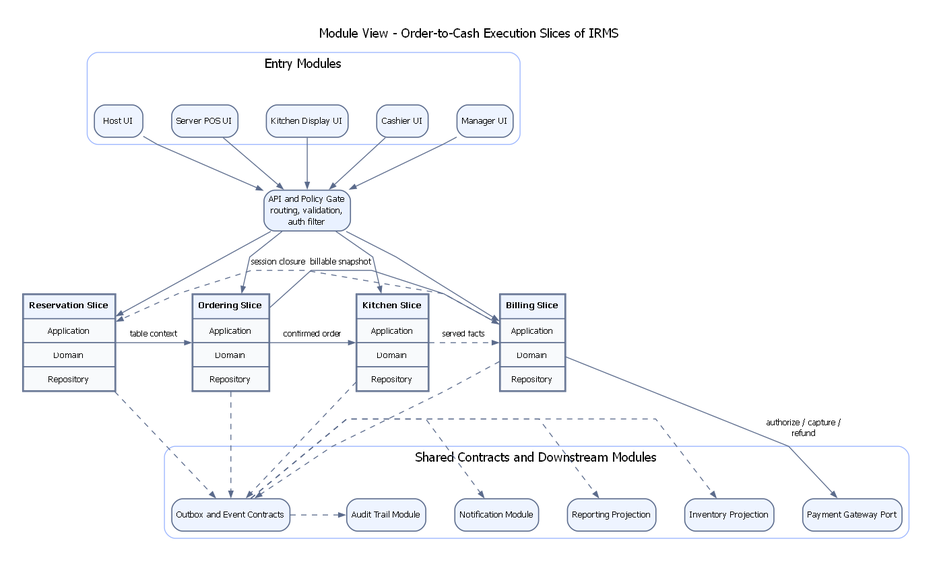
The Graphviz diagram assets/diagrams/rendered/architecture/35_module_view_order_to_cash_slices.png in lehoangluan1/SA_IRMS, before a commit. Its source is kept beside it as assets/diagrams/source/architecture/35_module_view_order_to_cash_slices.dot. Its diagram source:
```dot
digraph G {
  graph [
    rankdir=TB,
    newrank=true,
    bgcolor="white",
    splines=polyline,
    nodesep=0.45,
    ranksep=0.8,
    pad=0.35,
    fontname="DejaVu Sans",
    labelloc="t",
    label="Module View - Order-to-Cash Execution Slices of IRMS"
  ];

  node [
    shape=box,
    style="rounded,filled",
    fontname="DejaVu Sans",
    fontsize=10,
    color="#5B6B8C",
    penwidth=1.2,
    fillcolor="#F8FAFC",
    margin="0.08,0.05"
  ];

  edge [
    fontname="DejaVu Sans",
    fontsize=9,
    color="#5B6B8C",
    arrowsize=0.7
  ];

  subgraph cluster_entry {
    label="Entry Modules";
    color="#9BB5FF";
    style="rounded";
    hostui [label="Host UI", fillcolor="#EEF4FF"];
    posui [label="Server POS UI", fillcolor="#EEF4FF"];
    kdsui [label="Kitchen Display UI", fillcolor="#EEF4FF"];
    cashierui [label="Cashier UI", fillcolor="#EEF4FF"];
    managerui [label="Manager UI", fillcolor="#EEF4FF"];
  }

  gateway [label="API and Policy Gate\nrouting, validation,\nauth filter", fillcolor="#E9F1FF"];

  r_slice [shape=plain label=<
    <TABLE BORDER="1" CELLBORDER="1" CELLSPACING="0" CELLPADDING="6" COLOR="#5B6B8C">
      <TR><TD BGCOLOR="#EEF4FF"><B>Reservation Slice</B></TD></TR>
      <TR><TD>Application</TD></TR>
      <TR><TD>Domain</TD></TR>
      <TR><TD>Repository</TD></TR>
    </TABLE>
  >];

  o_slice [shape=plain label=<
    <TABLE BORDER="1" CELLBORDER="1" CELLSPACING="0" CELLPADDING="6" COLOR="#5B6B8C">
      <TR><TD BGCOLOR="#EEF4FF"><B>Ordering Slice</B></TD></TR>
      <TR><TD>Application</TD></TR>
      <TR><TD>Domain</TD></TR>
      <TR><TD>Repository</TD></TR>
    </TABLE>
  >];

  k_slice [shape=plain label=<
    <TABLE BORDER="1" CELLBORDER="1" CELLSPACING="0" CELLPADDING="6" COLOR="#5B6B8C">
      <TR><TD BGCOLOR="#EEF4FF"><B>Kitchen Slice</B></TD></TR>
      <TR><TD>Application</TD></TR>
      <TR><TD>Domain</TD></TR>
      <TR><TD>Repository</TD></TR>
    </TABLE>
  >];

  b_slice [shape=plain label=<
    <TABLE BORDER="1" CELLBORDER="1" CELLSPACING="0" CELLPADDING="6" COLOR="#5B6B8C">
      <TR><TD BGCOLOR="#EEF4FF"><B>Billing Slice</B></TD></TR>
      <TR><TD>Application</TD></TR>
      <TR><TD>Domain</TD></TR>
      <TR><TD>Repository</TD></TR>
    </TABLE>
  >];

  subgraph cluster_shared {
    label="Shared Contracts and Downstream Modules";
    color="#9BB5FF";
    style="rounded";
    outbox [label="Outbox and Event Contracts", fillcolor="#EEF4FF"];
    inventory [label="Inventory Projection", fillcolor="#EEF4FF"];
    reporting [label="Reporting Projection", fillcolor="#EEF4FF"];
    notification [label="Notification Module", fillcolor="#EEF4FF"];
    payment [label="Payment Gateway Port", fillcolor="#EEF4FF"];
    audit [label="Audit Trail Module", fillcolor="#EEF4FF"];
  }

  { rank=same; hostui; posui; kdsui; cashierui; managerui; }
  { rank=same; r_slice; o_slice; k_slice; b_slice; }
  { rank=same; outbox; inventory; reporting; notification; payment; audit; }

  hostui -> gateway;
  posui -> gateway;
  kdsui -> gateway;
  cashierui -> gateway;
  managerui -> gateway;

  gateway -> r_slice;
  gateway -> o_slice;
  gateway -> k_slice;
  gateway -> b_slice;

  r_slice -> o_slice [label="table context"];
  o_slice -> k_slice [label="confirmed order"];
  o_slice -> b_slice [label="billable snapshot"];
  k_slice -> b_slice [style=dashed, label="served facts"];
  b_slice -> r_slice [style=dashed, label="session closure"];

  r_slice -> outbox [style=dashed];
  o_slice -> outbox [style=dashed];
  k_slice -> outbox [style=dashed];
  b_slice -> outbox [style=dashed];

  outbox -> inventory [style=dashed];
  outbox -> reporting [style=dashed];
  outbox -> notification [style=dashed];
  outbox -> audit [style=dashed];

  b_slice -> payment [label="authorize / capture /\nrefund"];
}
```
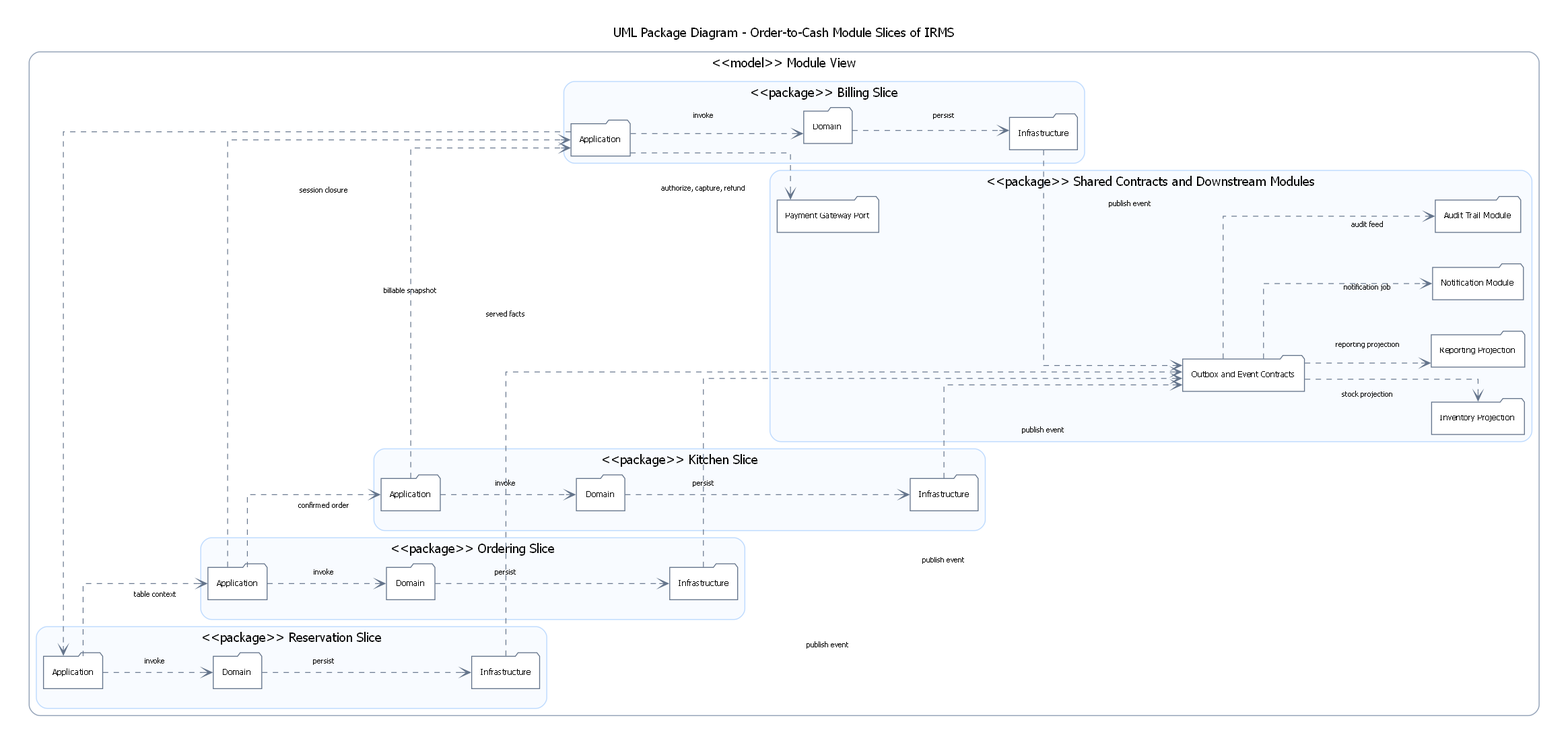
The same diagram one commit later.

The edit, as a diff of the source:
```diff
@@ -1,126 +1,104 @@
 digraph G {
   graph [
-    rankdir=TB,
+    rankdir=LR,
     newrank=true,
+    compound=true,
     bgcolor="white",
-    splines=polyline,
-    nodesep=0.45,
-    ranksep=0.8,
-    pad=0.35,
+    pad=0.34,
+    nodesep=0.54,
+    ranksep=0.96,
+    splines=ortho,
     fontname="DejaVu Sans",
     labelloc="t",
-    label="Module View - Order-to-Cash Execution Slices of IRMS"
+    label="UML Package Diagram - Order-to-Cash Module Slices of IRMS"
   ];
 
-  node [
-    shape=box,
-    style="rounded,filled",
-    fontname="DejaVu Sans",
-    fontsize=10,
-    color="#5B6B8C",
-    penwidth=1.2,
-    fillcolor="#F8FAFC",
-    margin="0.08,0.05"
-  ];
+  node [shape=folder, style="filled", fillcolor="#FFFFFF", color="#64748B", penwidth=1.0, fontname="DejaVu Sans", fontsize=9.3, margin="0.14,0.08"];
+  edge [style=dashed, arrowhead=vee, color="#64748B", penwidth=0.9, fontname="DejaVu Sans", fontsize=8.0];
 
-  edge [
-    fontname="DejaVu Sans",
-    fontsize=9,
-    color="#5B6B8C",
-    arrowsize=0.7
-  ];
+  subgraph cluster_model {
+    label="<<model>> Module View";
+    color="#94A3B8";
+    penwidth=1.1;
+    style="rounded";
 
-  subgraph cluster_entry {
-    label="Entry Modules";
-    color="#9BB5FF";
-    style="rounded";
-    hostui [label="Host UI", fillcolor="#EEF4FF"];
-    posui [label="Server POS UI", fillcolor="#EEF4FF"];
-    kdsui [label="Kitchen Display UI", fillcolor="#EEF4FF"];
-    cashierui [label="Cashier UI", fillcolor="#EEF4FF"];
-    managerui [label="Manager UI", fillcolor="#EEF4FF"];
+    subgraph cluster_reservation {
+      label="<<package>> Reservation Slice";
+      color="#BFDBFE";
+      style="rounded,filled";
+      fillcolor="#F8FBFF";
+      r_app [label="Application"];
+      r_domain [label="Domain"];
+      r_infra [label="Infrastructure"];
+    }
+
+    subgraph cluster_ordering {
+      label="<<package>> Ordering Slice";
+      color="#BFDBFE";
+      style="rounded,filled";
+      fillcolor="#F8FBFF";
+      o_app [label="Application"];
+      o_domain [label="Domain"];
+      o_infra [label="Infrastructure"];
+    }
+
+    subgraph cluster_kitchen {
+      label="<<package>> Kitchen Slice";
+      color="#BFDBFE";
+      style="rounded,filled";
+      fillcolor="#F8FBFF";
+      k_app [label="Application"];
+      k_domain [label="Domain"];
+      k_infra [label="Infrastructure"];
+    }
+
+    subgraph cluster_billing {
+      label="<<package>> Billing Slice";
+      color="#BFDBFE";
+      style="rounded,filled";
+      fillcolor="#F8FBFF";
+      b_app [label="Application"];
+      b_domain [label="Domain"];
+      b_infra [label="Infrastructure"];
+    }
+
+    subgraph cluster_shared {
+      label="<<package>> Shared Contracts and Downstream Modules";
+      color="#BFDBFE";
+      style="rounded,filled";
+      fillcolor="#F8FBFF";
+      outbox [label="Outbox and Event Contracts"];
+      inventory [label="Inventory Projection"];
+      reporting [label="Reporting Projection"];
+      notification [label="Notification Module"];
+      payment [label="Payment Gateway Port"];
+      audit [label="Audit Trail Module"];
+    }
   }
 
-  gateway [label="API and Policy Gate\nrouting, validation,\nauth filter", fillcolor="#E9F1FF"];
+  r_app -> r_domain [label="invoke"];
+  r_domain -> r_infra [label="persist"];
+  o_app -> o_domain [label="invoke"];
+  o_domain -> o_infra [label="persist"];
+  k_app -> k_domain [label="invoke"];
+  k_domain -> k_infra [label="persist"];
+  b_app -> b_domain [label="invoke"];
+  b_domain -> b_infra [label="persist"];
 
-  r_slice [shape=plain label=<
-    <TABLE BORDER="1" CELLBORDER="1" CELLSPACING="0" CELLPADDING="6" COLOR="#5B6B8C">
-      <TR><TD BGCOLOR="#EEF4FF"><B>Reservation Slice</B></TD></TR>
-      <TR><TD>Application</TD></TR>
-      <TR><TD>Domain</TD></TR>
-      <TR><TD>Repository</TD></TR>
-    </TABLE>
-  >];
+  r_app -> o_app [label="table context"];
+  o_app -> k_app [label="confirmed order"];
+  o_app -> b_app [label="billable snapshot"];
+  k_app -> b_app [label="served facts"];
+  b_app -> r_app [label="session closure"];
 
-  o_slice [shape=plain label=<
-    <TABLE BORDER="1" CELLBORDER="1" CELLSPACING="0" CELLPADDING="6" COLOR="#5B6B8C">
-      <TR><TD BGCOLOR="#EEF4FF"><B>Ordering Slice</B></TD></TR>
-      <TR><TD>Application</TD></TR>
-      <TR><TD>Domain</TD></TR>
-      <TR><TD>Repository</TD></TR>
-    </TABLE>
-  >];
+  r_infra -> outbox [label="publish event"];
+  o_infra -> outbox [label="publish event"];
+  k_infra -> outbox [label="publish event"];
+  b_infra -> outbox [label="publish event"];
 
-  k_slice [shape=plain label=<
-    <TABLE BORDER="1" CELLBORDER="1" CELLSPACING="0" CELLPADDING="6" COLOR="#5B6B8C">
-      <TR><TD BGCOLOR="#EEF4FF"><B>Kitchen Slice</B></TD></TR>
-      <TR><TD>Application</TD></TR>
-      <TR><TD>Domain</TD></TR>
-      <TR><TD>Repository</TD></TR>
-    </TABLE>
-  >];
-
-  b_slice [shape=plain label=<
-    <TABLE BORDER="1" CELLBORDER="1" CELLSPACING="0" CELLPADDING="6" COLOR="#5B6B8C">
-      <TR><TD BGCOLOR="#EEF4FF"><B>Billing Slice</B></TD></TR>
-      <TR><TD>Application</TD></TR>
-      <TR><TD>Domain</TD></TR>
-      <TR><TD>Repository</TD></TR>
-    </TABLE>
-  >];
-
-  subgraph cluster_shared {
-    label="Shared Contracts and Downstream Modules";
-    color="#9BB5FF";
-    style="rounded";
-    outbox [label="Outbox and Event Contracts", fillcolor="#EEF4FF"];
-    inventory [label="Inventory Projection", fillcolor="#EEF4FF"];
-    reporting [label="Reporting Projection", fillcolor="#EEF4FF"];
-    notification [label="Notification Module", fillcolor="#EEF4FF"];
-    payment [label="Payment Gateway Port", fillcolor="#EEF4FF"];
-    audit [label="Audit Trail Module", fillcolor="#EEF4FF"];
-  }
-
-  { rank=same; hostui; posui; kdsui; cashierui; managerui; }
-  { rank=same; r_slice; o_slice; k_slice; b_slice; }
-  { rank=same; outbox; inventory; reporting; notification; payment; audit; }
-
-  hostui -> gateway;
-  posui -> gateway;
-  kdsui -> gateway;
-  cashierui -> gateway;
-  managerui -> gateway;
-
-  gateway -> r_slice;
-  gateway -> o_slice;
-  gateway -> k_slice;
-  gateway -> b_slice;
-
-  r_slice -> o_slice [label="table context"];
-  o_slice -> k_slice [label="confirmed order"];
-  o_slice -> b_slice [label="billable snapshot"];
-  k_slice -> b_slice [style=dashed, label="served facts"];
-  b_slice -> r_slice [style=dashed, label="session closure"];
-
-  r_slice -> outbox [style=dashed];
-  o_slice -> outbox [style=dashed];
-  k_slice -> outbox [style=dashed];
-  b_slice -> outbox [style=dashed];
-
-  outbox -> inventory [style=dashed];
-  outbox -> reporting [style=dashed];
-  outbox -> notification [style=dashed];
-  outbox -> audit [style=dashed];
-
-  b_slice -> payment [label="authorize / capture /\nrefund"];
+  outbox -> inventory [label="stock projection"];
+  outbox -> reporting [label="reporting projection"];
+  outbox -> notification [label="notification job"];
+  outbox -> audit [label="audit feed"];
+  b_app -> payment [label="authorize, capture, refund"];
 }
```
